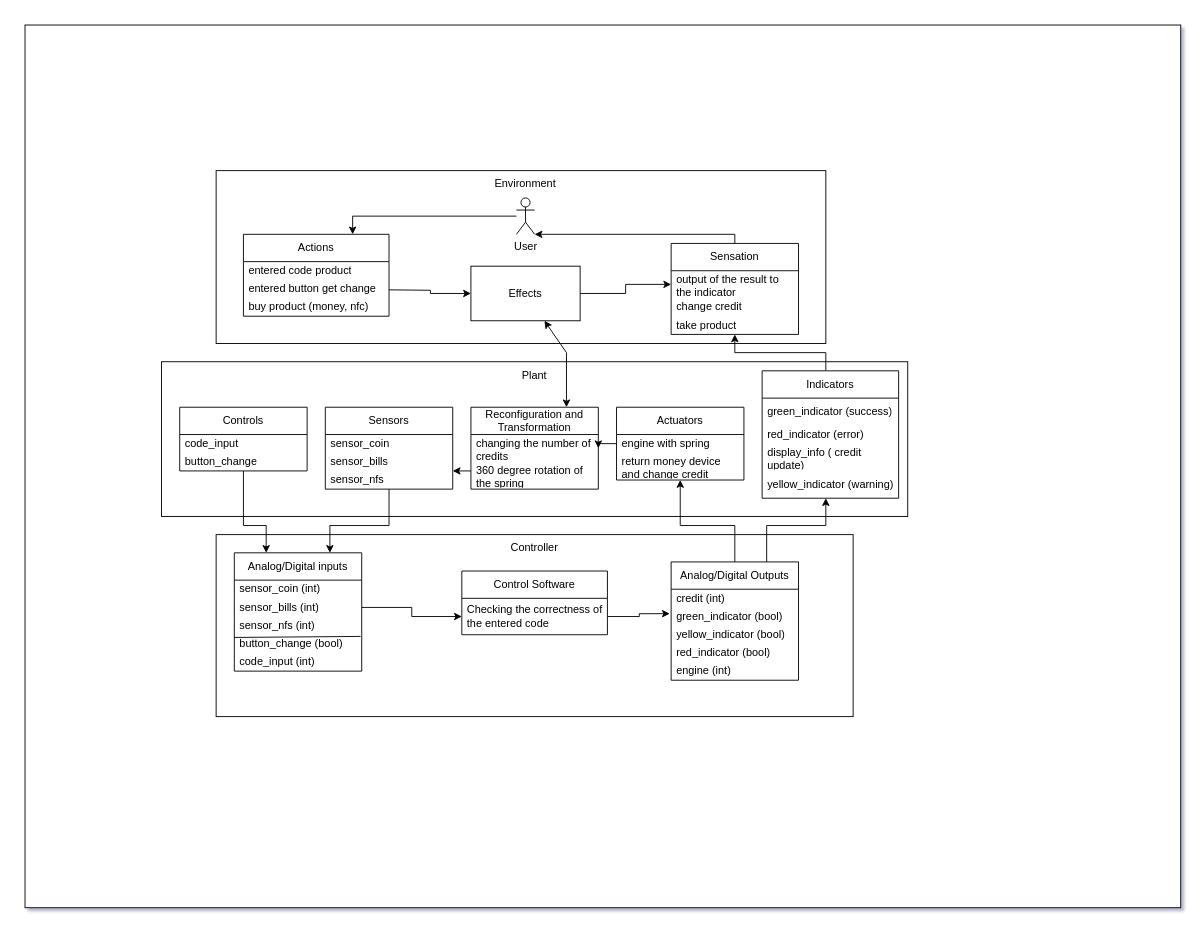
Earlier version of the draw.io diagram Диаграмма без названия.drawio (EmelyanovAlexey/Artificial_intelligence). Source tidied: cells renumbered, new cells numbered last; positions are measured from the earlier drawing's top-left corner, leaving out a move shared by most shapes. Both pictures are drawn from the tidied source at 91%, with x=0, y=0 at pixel (25, 25).
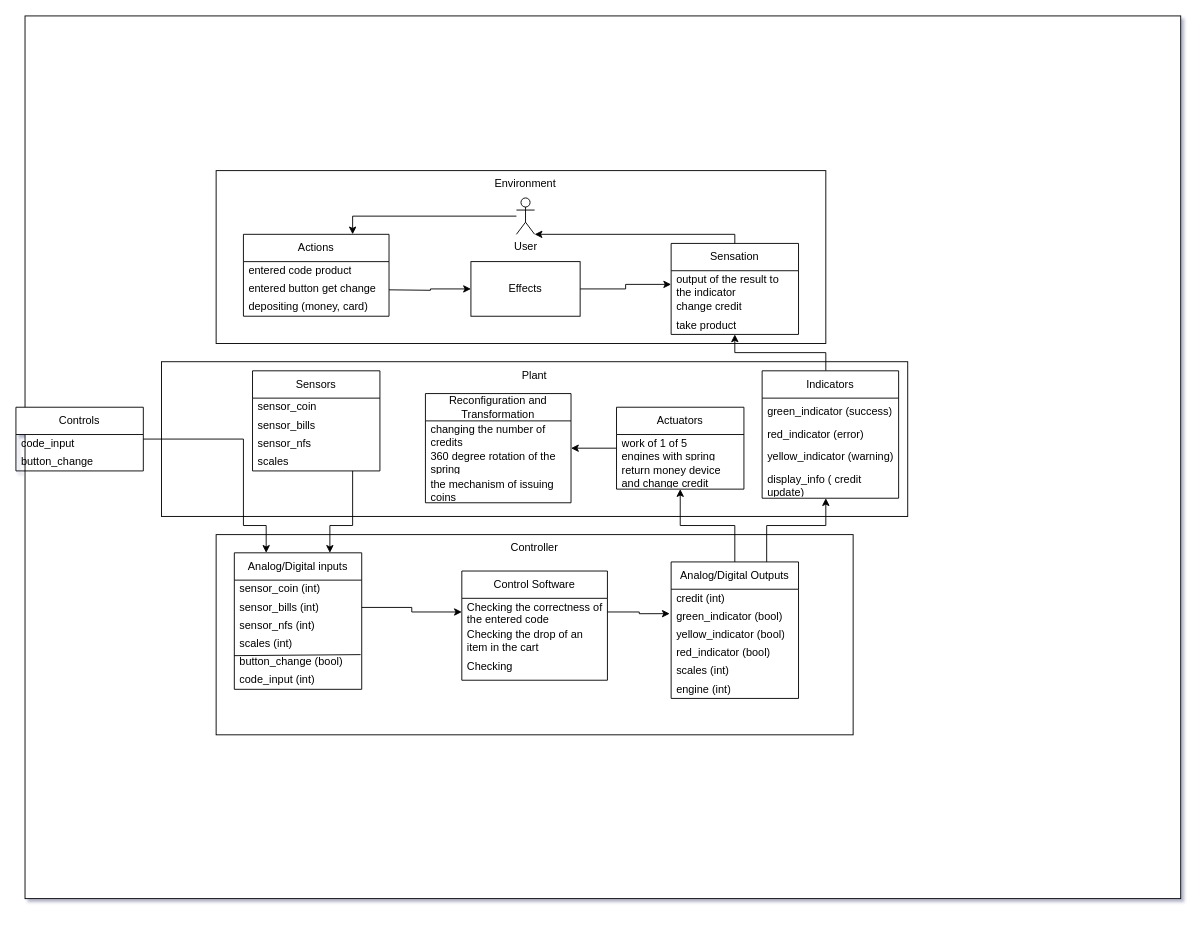
The same diagram, later.

Unchanged cells that the change refers to:
```xml
<mxCell id="7" value="Actions" style="swimlane;fontStyle=0;horizontal=1;startSize=30;whiteSpace=wrap;html=1;" parent="1" vertex="1">
  <mxGeometry x="240" y="230" width="160" height="90" as="geometry" />
</mxCell>
<mxCell id="29" value="sensor_nfs" style="text;strokeColor=none;fillColor=none;align=left;verticalAlign=middle;spacingLeft=4;spacingRight=4;overflow=hidden;points=[[0,0.5],[1,0.5]];portConstraint=eastwest;whiteSpace=wrap;html=1;" parent="26" vertex="1">
  <mxGeometry y="70" width="140" height="20" as="geometry" />
</mxCell>
<mxCell id="55" value="Indicators" style="swimlane;fontStyle=0;horizontal=1;startSize=30;whiteSpace=wrap;html=1;" parent="1" vertex="1">
  <mxGeometry x="810" y="380" width="150" height="140" as="geometry" />
</mxCell>
```

Change to the diagram source:
```diff
@@
     <mxCell id="2" style="rounded=0;whiteSpace=wrap;html=1;" parent="1" vertex="1">
-      <mxGeometry width="1270" height="970" as="geometry" />
+      <mxGeometry y="-10" width="1270" height="970" as="geometry" />
     </mxCell>
@@
-    <mxCell id="10" value="&lt;font face=&quot;Quattrocento Sans, sans-serif&quot;&gt;&lt;span style=&quot;white-space-collapse: preserve;&quot;&gt;buy product (money, nfc)&lt;/span&gt;&lt;/font&gt;" style="text;strokeColor=none;fillColor=none;align=left;verticalAlign=middle;spacingLeft=4;spacingRight=4;overflow=hidden;whiteSpace=wrap;html=1;" parent="7" vertex="1">
+    <mxCell id="10" value="&lt;font face=&quot;Quattrocento Sans, sans-serif&quot;&gt;&lt;span style=&quot;white-space-collapse: preserve;&quot;&gt;depositing (money, card) &lt;/span&gt;&lt;/font&gt;" style="text;strokeColor=none;fillColor=none;align=left;verticalAlign=middle;spacingLeft=4;spacingRight=4;overflow=hidden;whiteSpace=wrap;html=1;" parent="7" vertex="1">
       <mxGeometry y="70" width="160" height="20" as="geometry" />
     </mxCell>
@@
     <mxCell id="16" value="Effects" style="rounded=0;whiteSpace=wrap;html=1;" parent="1" vertex="1">
-      <mxGeometry x="490" y="265" width="120" height="60" as="geometry" />
+      <mxGeometry x="490" y="260" width="120" height="60" as="geometry" />
     </mxCell>
@@
     <mxCell id="18" style="rounded=0;whiteSpace=wrap;html=1;" parent="1" vertex="1">
-      <mxGeometry x="210" y="560" width="700" height="200" as="geometry" />
+      <mxGeometry x="210" y="560" width="700" height="220" as="geometry" />
     </mxCell>
@@
     <mxCell id="22" value="Controls" style="swimlane;fontStyle=0;horizontal=1;startSize=30;whiteSpace=wrap;html=1;" parent="1" vertex="1">
-      <mxGeometry x="170" y="420" width="140" height="70" as="geometry" />
+      <mxGeometry x="-10" y="420" width="140" height="70" as="geometry" />
     </mxCell>
@@
     <mxCell id="25" style="edgeStyle=orthogonalEdgeStyle;rounded=0;jettySize=auto;html=1;entryX=0.75;entryY=0;entryDx=0;entryDy=0;" parent="1" edge="1" source="26" target="37">
       <mxGeometry relative="1" as="geometry">
         <Array as="points">
-          <mxPoint x="400" y="550" />
+          <mxPoint x="360" y="550" />
           <mxPoint x="335" y="550" />
         </Array>
       </mxGeometry>
     </mxCell>
     <mxCell id="26" value="Sensors" style="swimlane;fontStyle=0;horizontal=1;startSize=30;whiteSpace=wrap;html=1;" parent="1" vertex="1">
-      <mxGeometry x="330" y="420" width="140" height="90" as="geometry" />
+      <mxGeometry x="250" y="380" width="140" height="110" as="geometry" />
     </mxCell>
@@
-    <mxCell id="30" style="edgeStyle=orthogonalEdgeStyle;rounded=0;jettySize=auto;html=1;" parent="1" edge="1" source="31" target="29">
-      <mxGeometry relative="1" as="geometry">
-        <Array as="points">
-          <mxPoint x="490" y="465" />
-          <mxPoint x="490" y="500" />
-        </Array>
-      </mxGeometry>
-    </mxCell>
+    <mxCell id="66" value="scales" style="text;strokeColor=none;fillColor=none;align=left;verticalAlign=middle;spacingLeft=4;spacingRight=4;overflow=hidden;whiteSpace=wrap;html=1;" parent="26" vertex="1">
+      <mxGeometry y="90" width="140" height="20" as="geometry" />
+    </mxCell>
     <mxCell id="31" value="Reconfiguration and&lt;br&gt;Transformation" style="swimlane;fontStyle=0;horizontal=1;startSize=30;whiteSpace=wrap;html=1;" parent="1" vertex="1">
-      <mxGeometry x="490" y="420" width="140" height="90" as="geometry" />
+      <mxGeometry x="440" y="405" width="160" height="120" as="geometry" />
     </mxCell>
     <mxCell id="32" value="сhanging the number of credits" style="text;strokeColor=none;fillColor=none;align=left;verticalAlign=middle;spacingLeft=4;spacingRight=4;overflow=hidden;whiteSpace=wrap;html=1;" parent="31" vertex="1">
-      <mxGeometry y="30" width="140" height="30" as="geometry" />
+      <mxGeometry y="30" width="160" height="30" as="geometry" />
     </mxCell>
     <mxCell id="33" value="360 degree rotation of the spring" style="text;strokeColor=none;fillColor=none;align=left;verticalAlign=middle;spacingLeft=4;spacingRight=4;overflow=hidden;whiteSpace=wrap;html=1;" parent="31" vertex="1">
-      <mxGeometry y="60" width="140" height="30" as="geometry" />
+      <mxGeometry y="60" width="160" height="30" as="geometry" />
     </mxCell>
+    <mxCell id="67" value="the mechanism of issuing coins" style="text;strokeColor=none;fillColor=none;align=left;verticalAlign=middle;spacingLeft=4;spacingRight=4;overflow=hidden;whiteSpace=wrap;html=1;" parent="31" vertex="1">
+      <mxGeometry y="90" width="160" height="30" as="geometry" />
+    </mxCell>
     <mxCell id="34" value="Actuators" style="swimlane;fontStyle=0;horizontal=1;startSize=30;whiteSpace=wrap;html=1;" parent="1" vertex="1">
-      <mxGeometry x="650" y="420" width="140" height="80" as="geometry" />
+      <mxGeometry x="650" y="420" width="140" height="90" as="geometry" />
     </mxCell>
-    <mxCell id="35" value="engine with spring" style="text;strokeColor=none;fillColor=none;align=left;verticalAlign=middle;spacingLeft=4;spacingRight=4;overflow=hidden;points=[[0,0.5],[1,0.5]];portConstraint=eastwest;whiteSpace=wrap;html=1;" parent="34" vertex="1">
-      <mxGeometry y="30" width="140" height="20" as="geometry" />
+    <mxCell id="35" value="work of 1 of 5 engines&amp;nbsp;with spring" style="text;strokeColor=none;fillColor=none;align=left;verticalAlign=middle;spacingLeft=4;spacingRight=4;overflow=hidden;points=[[0,0.5],[1,0.5]];portConstraint=eastwest;whiteSpace=wrap;html=1;" parent="34" vertex="1">
+      <mxGeometry y="30" width="140" height="30" as="geometry" />
     </mxCell>
     <mxCell id="36" value="return money device and change credit" style="text;strokeColor=none;fillColor=none;align=left;verticalAlign=middle;spacingLeft=4;spacingRight=4;overflow=hidden;whiteSpace=wrap;html=1;" parent="34" vertex="1">
-      <mxGeometry y="50" width="140" height="30" as="geometry" />
+      <mxGeometry y="60" width="140" height="30" as="geometry" />
     </mxCell>
     <mxCell id="37" value="Analog/Digital inputs" style="swimlane;fontStyle=0;horizontal=1;startSize=30;whiteSpace=wrap;html=1;" parent="1" vertex="1">
-      <mxGeometry x="230" y="580" width="140" height="130" as="geometry" />
+      <mxGeometry x="230" y="580" width="140" height="150" as="geometry" />
     </mxCell>
@@
+    <mxCell id="68" value="sensor_nfs (int)" style="text;strokeColor=none;fillColor=none;align=left;verticalAlign=middle;spacingLeft=4;spacingRight=4;overflow=hidden;whiteSpace=wrap;html=1;" parent="37" vertex="1">
+      <mxGeometry y="70" width="140" height="20" as="geometry" />
+    </mxCell>
-    <mxCell id="40" value="sensor_nfs (int)" style="text;strokeColor=none;fillColor=none;align=left;verticalAlign=middle;spacingLeft=4;spacingRight=4;overflow=hidden;points=[[0,0.5],[1,0.5]];portConstraint=eastwest;whiteSpace=wrap;html=1;" parent="37" vertex="1">
-      <mxGeometry y="70" width="140" height="20" as="geometry" />
+    <mxCell id="40" value="scales (int)" style="text;strokeColor=none;fillColor=none;align=left;verticalAlign=middle;spacingLeft=4;spacingRight=4;overflow=hidden;points=[[0,0.5],[1,0.5]];portConstraint=eastwest;whiteSpace=wrap;html=1;" parent="37" vertex="1">
+      <mxGeometry y="90" width="140" height="20" as="geometry" />
     </mxCell>
     <mxCell id="41" value="button_change (bool)" style="text;strokeColor=none;fillColor=none;align=left;verticalAlign=middle;spacingLeft=4;spacingRight=4;overflow=hidden;points=[[0,0.5],[1,0.5]];portConstraint=eastwest;whiteSpace=wrap;html=1;" parent="37" vertex="1">
-      <mxGeometry y="90" width="140" height="20" as="geometry" />
+      <mxGeometry y="110" width="140" height="20" as="geometry" />
     </mxCell>
     <mxCell id="42" value="code_input (int)" style="text;strokeColor=none;fillColor=none;align=left;verticalAlign=middle;spacingLeft=4;spacingRight=4;overflow=hidden;whiteSpace=wrap;html=1;" parent="37" vertex="1">
-      <mxGeometry y="110" width="140" height="20" as="geometry" />
+      <mxGeometry y="130" width="140" height="20" as="geometry" />
     </mxCell>
@@
     <mxCell id="44" value="Control Software" style="swimlane;fontStyle=0;horizontal=1;startSize=30;whiteSpace=wrap;html=1;" parent="1" vertex="1">
-      <mxGeometry x="480" y="600" width="160" height="70" as="geometry" />
+      <mxGeometry x="480" y="600" width="160" height="120" as="geometry" />
     </mxCell>
     <mxCell id="45" value="Сhecking the correctness of the entered code" style="text;strokeColor=none;fillColor=none;align=left;verticalAlign=middle;spacingLeft=4;spacingRight=4;overflow=hidden;points=[[0,0.5],[1,0.5]];portConstraint=eastwest;whiteSpace=wrap;html=1;" parent="44" vertex="1">
-      <mxGeometry y="30" width="160" height="40" as="geometry" />
+      <mxGeometry y="30" width="160" height="30" as="geometry" />
     </mxCell>
+    <mxCell id="69" value="Checking the drop of an item in the cart" style="text;strokeColor=none;fillColor=none;align=left;verticalAlign=middle;spacingLeft=4;spacingRight=4;overflow=hidden;whiteSpace=wrap;html=1;" parent="44" vertex="1">
+      <mxGeometry y="60" width="160" height="30" as="geometry" />
+    </mxCell>
+    <mxCell id="70" value="Checking&amp;nbsp;" style="text;strokeColor=none;fillColor=none;align=left;verticalAlign=middle;spacingLeft=4;spacingRight=4;overflow=hidden;whiteSpace=wrap;html=1;" parent="44" vertex="1">
+      <mxGeometry y="90" width="160" height="30" as="geometry" />
+    </mxCell>
@@
     <mxCell id="48" value="Analog/Digital Outputs" style="swimlane;fontStyle=0;horizontal=1;startSize=30;whiteSpace=wrap;html=1;" parent="1" vertex="1">
-      <mxGeometry x="710" y="590" width="140" height="130" as="geometry" />
+      <mxGeometry x="710" y="590" width="140" height="150" as="geometry" />
     </mxCell>
@@
+    <mxCell id="71" value="scales (int)" style="text;strokeColor=none;fillColor=none;align=left;verticalAlign=middle;spacingLeft=4;spacingRight=4;overflow=hidden;whiteSpace=wrap;html=1;" parent="48" vertex="1">
+      <mxGeometry y="110" width="140" height="20" as="geometry" />
+    </mxCell>
     <mxCell id="53" value="engine&amp;nbsp;(int)" style="text;strokeColor=none;fillColor=none;align=left;verticalAlign=middle;spacingLeft=4;spacingRight=4;overflow=hidden;whiteSpace=wrap;html=1;" parent="48" vertex="1">
-      <mxGeometry y="110" width="140" height="20" as="geometry" />
+      <mxGeometry y="130" width="140" height="20" as="geometry" />
     </mxCell>
@@
+    <mxCell id="59" value="yellow_indicator (warning)" style="text;strokeColor=none;fillColor=none;align=left;verticalAlign=middle;spacingLeft=4;spacingRight=4;overflow=hidden;whiteSpace=wrap;html=1;" parent="55" vertex="1">
+      <mxGeometry y="80" width="150" height="30" as="geometry" />
+    </mxCell>
     <mxCell id="58" value="display_info ( credit update)" style="text;strokeColor=none;fillColor=none;align=left;verticalAlign=middle;spacingLeft=4;spacingRight=4;overflow=hidden;whiteSpace=wrap;html=1;" parent="55" vertex="1">
-      <mxGeometry y="80" width="150" height="30" as="geometry" />
+      <mxGeometry y="110" width="150" height="30" as="geometry" />
     </mxCell>
-    <mxCell id="59" value="yellow_indicator (warning)" style="text;strokeColor=none;fillColor=none;align=left;verticalAlign=middle;spacingLeft=4;spacingRight=4;overflow=hidden;whiteSpace=wrap;html=1;" parent="55" vertex="1">
-      <mxGeometry y="110" width="150" height="30" as="geometry" />
-    </mxCell>
@@
-    <mxCell id="65" style="endArrow=classic;startArrow=classic;html=1;rounded=0;entryX=0.75;entryY=0;entryDx=0;entryDy=0;" parent="1" edge="1" source="16" target="31">
-      <mxGeometry relative="1" as="geometry">
-        <Array as="points">
-          <mxPoint x="595" y="360" />
-        </Array>
-      </mxGeometry>
-    </mxCell>
```
